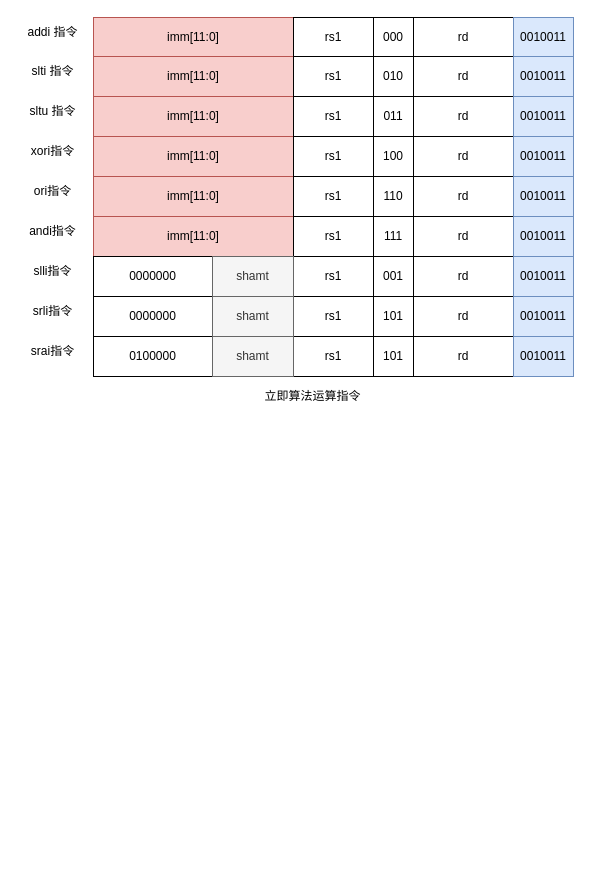
This is RV32I 算术逻辑指令.drawio from Vinson-001/Blog-flow-chart, a draw.io file, before an edit. Source tidied: cells renumbered, new cells numbered last; positions are measured from the earlier drawing's top-left corner, leaving out a move shared by most shapes. Both pictures are drawn from the tidied source at 100%, with x=0, y=0 at pixel (17, 17).
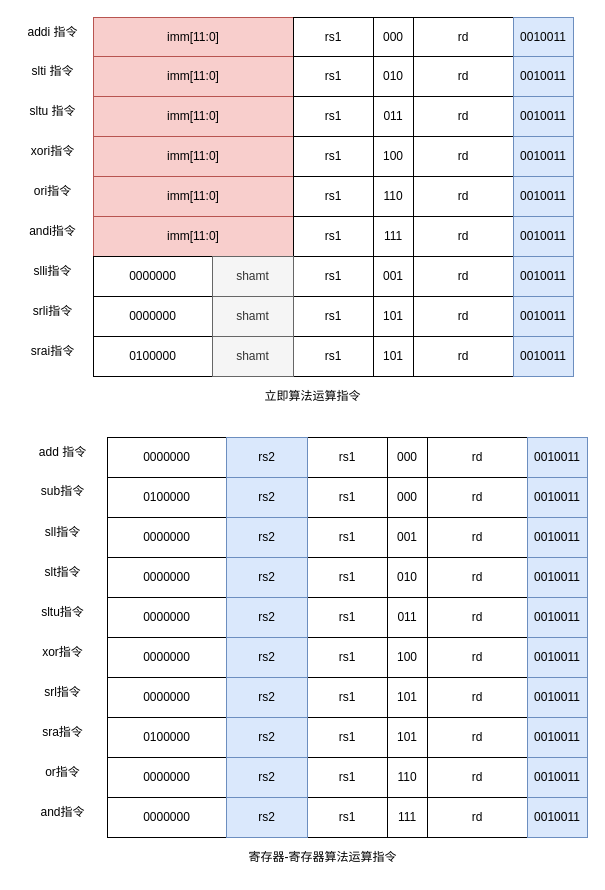
Above is the later version.

Commit message (it also covers changes not shown here):
更新RV32I 算术逻辑指令.drawio

Diff of the diagram source:
```diff
@@
+    <mxCell id="69" value="add 指令" style="text;html=1;align=center;verticalAlign=middle;strokeColor=none;fillColor=none;" parent="1" vertex="1">
+      <mxGeometry x="10" y="420" width="70" height="30" as="geometry" />
+    </mxCell>
+    <mxCell id="70" value="sub指令" style="text;html=1;align=center;verticalAlign=middle;strokeColor=none;fillColor=none;" parent="1" vertex="1">
+      <mxGeometry x="10" y="459" width="70" height="30" as="geometry" />
+    </mxCell>
+    <mxCell id="71" value="寄存器-寄存器算法运算指令" style="text;html=1;align=center;verticalAlign=middle;strokeColor=none;fillColor=none;" parent="1" vertex="1">
+      <mxGeometry x="220" y="825" width="170" height="30" as="geometry" />
+    </mxCell>
+    <mxCell id="72" style="group;" parent="1" vertex="1">
+      <mxGeometry x="90" y="420" width="480" height="40" as="geometry" />
+    </mxCell>
+    <mxCell id="73" value="rs1" style="rounded=0;whiteSpace=wrap;html=1;" parent="72" vertex="1">
+      <mxGeometry x="200" width="80" height="40" as="geometry" />
+    </mxCell>
+    <mxCell id="74" value="000" style="rounded=0;whiteSpace=wrap;html=1;" parent="72" vertex="1">
+      <mxGeometry x="280" width="40" height="40" as="geometry" />
+    </mxCell>
+    <mxCell id="75" value="rd" style="rounded=0;whiteSpace=wrap;html=1;" parent="72" vertex="1">
+      <mxGeometry x="320" width="100" height="40" as="geometry" />
+    </mxCell>
+    <mxCell id="76" value="0010011" style="rounded=0;whiteSpace=wrap;html=1;fillColor=#dae8fc;strokeColor=#6c8ebf;" parent="72" vertex="1">
+      <mxGeometry x="420" width="60" height="40" as="geometry" />
+    </mxCell>
+    <mxCell id="77" value="0000000" style="rounded=0;whiteSpace=wrap;html=1;" parent="72" vertex="1">
+      <mxGeometry width="119" height="40" as="geometry" />
+    </mxCell>
+    <mxCell id="78" value="rs2" style="rounded=0;whiteSpace=wrap;html=1;fillColor=#dae8fc;strokeColor=#6c8ebf;" parent="72" vertex="1">
+      <mxGeometry x="119" width="81" height="40" as="geometry" />
+    </mxCell>
+    <mxCell id="79" style="group;fillColor=#dae8fc;strokeColor=#6c8ebf;" parent="1" vertex="1">
+      <mxGeometry x="90" y="460" width="480" height="40" as="geometry" />
+    </mxCell>
+    <mxCell id="80" value="rs1" style="rounded=0;whiteSpace=wrap;html=1;" parent="79" vertex="1">
+      <mxGeometry x="200" width="80" height="40" as="geometry" />
+    </mxCell>
+    <mxCell id="81" value="000" style="rounded=0;whiteSpace=wrap;html=1;" parent="79" vertex="1">
+      <mxGeometry x="280" width="40" height="40" as="geometry" />
+    </mxCell>
+    <mxCell id="82" value="rd" style="rounded=0;whiteSpace=wrap;html=1;" parent="79" vertex="1">
+      <mxGeometry x="320" width="100" height="40" as="geometry" />
+    </mxCell>
+    <mxCell id="83" value="0010011" style="rounded=0;whiteSpace=wrap;html=1;fillColor=#dae8fc;strokeColor=#6c8ebf;" parent="79" vertex="1">
+      <mxGeometry x="420" width="60" height="40" as="geometry" />
+    </mxCell>
+    <mxCell id="84" value="0100000" style="rounded=0;whiteSpace=wrap;html=1;" parent="79" vertex="1">
+      <mxGeometry width="119" height="40" as="geometry" />
+    </mxCell>
+    <mxCell id="85" value="rs2" style="rounded=0;whiteSpace=wrap;html=1;fillColor=#dae8fc;strokeColor=#6c8ebf;" parent="79" vertex="1">
+      <mxGeometry x="119" width="81" height="40" as="geometry" />
+    </mxCell>
+    <mxCell id="86" value="sll指令" style="text;html=1;align=center;verticalAlign=middle;strokeColor=none;fillColor=none;" parent="1" vertex="1">
+      <mxGeometry x="15" y="500" width="60" height="30" as="geometry" />
+    </mxCell>
+    <mxCell id="87" style="group;fillColor=#dae8fc;strokeColor=#6c8ebf;" parent="1" vertex="1">
+      <mxGeometry x="90" y="500" width="480" height="40" as="geometry" />
+    </mxCell>
+    <mxCell id="88" value="rs1" style="rounded=0;whiteSpace=wrap;html=1;" parent="87" vertex="1">
+      <mxGeometry x="200" width="80" height="40" as="geometry" />
+    </mxCell>
+    <mxCell id="89" value="001" style="rounded=0;whiteSpace=wrap;html=1;" parent="87" vertex="1">
+      <mxGeometry x="280" width="40" height="40" as="geometry" />
+    </mxCell>
+    <mxCell id="90" value="rd" style="rounded=0;whiteSpace=wrap;html=1;" parent="87" vertex="1">
+      <mxGeometry x="320" width="100" height="40" as="geometry" />
+    </mxCell>
+    <mxCell id="91" value="0010011" style="rounded=0;whiteSpace=wrap;html=1;fillColor=#dae8fc;strokeColor=#6c8ebf;" parent="87" vertex="1">
+      <mxGeometry x="420" width="60" height="40" as="geometry" />
+    </mxCell>
+    <mxCell id="92" value="0000000" style="rounded=0;whiteSpace=wrap;html=1;" parent="87" vertex="1">
+      <mxGeometry width="119" height="40" as="geometry" />
+    </mxCell>
+    <mxCell id="93" value="rs2" style="rounded=0;whiteSpace=wrap;html=1;fillColor=#dae8fc;strokeColor=#6c8ebf;" parent="87" vertex="1">
+      <mxGeometry x="119" width="81" height="40" as="geometry" />
+    </mxCell>
+    <mxCell id="94" value="slt指令" style="text;html=1;align=center;verticalAlign=middle;strokeColor=none;fillColor=none;" parent="1" vertex="1">
+      <mxGeometry x="15" y="540" width="60" height="30" as="geometry" />
+    </mxCell>
+    <mxCell id="95" style="group;fillColor=#dae8fc;strokeColor=#6c8ebf;" parent="1" vertex="1">
+      <mxGeometry x="90" y="540" width="480" height="40" as="geometry" />
+    </mxCell>
+    <mxCell id="96" value="rs1" style="rounded=0;whiteSpace=wrap;html=1;" parent="95" vertex="1">
+      <mxGeometry x="200" width="80" height="40" as="geometry" />
+    </mxCell>
+    <mxCell id="97" value="010" style="rounded=0;whiteSpace=wrap;html=1;" parent="95" vertex="1">
+      <mxGeometry x="280" width="40" height="40" as="geometry" />
+    </mxCell>
+    <mxCell id="98" value="rd" style="rounded=0;whiteSpace=wrap;html=1;" parent="95" vertex="1">
+      <mxGeometry x="320" width="100" height="40" as="geometry" />
+    </mxCell>
+    <mxCell id="99" value="0010011" style="rounded=0;whiteSpace=wrap;html=1;fillColor=#dae8fc;strokeColor=#6c8ebf;" parent="95" vertex="1">
+      <mxGeometry x="420" width="60" height="40" as="geometry" />
+    </mxCell>
+    <mxCell id="100" value="0000000" style="rounded=0;whiteSpace=wrap;html=1;" parent="95" vertex="1">
+      <mxGeometry width="119" height="40" as="geometry" />
+    </mxCell>
+    <mxCell id="101" value="rs2" style="rounded=0;whiteSpace=wrap;html=1;fillColor=#dae8fc;strokeColor=#6c8ebf;" parent="95" vertex="1">
+      <mxGeometry x="119" width="81" height="40" as="geometry" />
+    </mxCell>
+    <mxCell id="102" value="sltu指令" style="text;html=1;align=center;verticalAlign=middle;strokeColor=none;fillColor=none;" parent="1" vertex="1">
+      <mxGeometry x="10" y="580" width="70" height="30" as="geometry" />
+    </mxCell>
+    <mxCell id="103" style="group;fillColor=#dae8fc;strokeColor=#6c8ebf;" parent="1" vertex="1">
+      <mxGeometry x="90" y="580" width="480" height="40" as="geometry" />
+    </mxCell>
+    <mxCell id="104" value="rs1" style="rounded=0;whiteSpace=wrap;html=1;" parent="103" vertex="1">
+      <mxGeometry x="200" width="80" height="40" as="geometry" />
+    </mxCell>
+    <mxCell id="105" value="011" style="rounded=0;whiteSpace=wrap;html=1;" parent="103" vertex="1">
+      <mxGeometry x="280" width="40" height="40" as="geometry" />
+    </mxCell>
+    <mxCell id="106" value="rd" style="rounded=0;whiteSpace=wrap;html=1;" parent="103" vertex="1">
+      <mxGeometry x="320" width="100" height="40" as="geometry" />
+    </mxCell>
+    <mxCell id="107" value="0010011" style="rounded=0;whiteSpace=wrap;html=1;fillColor=#dae8fc;strokeColor=#6c8ebf;" parent="103" vertex="1">
+      <mxGeometry x="420" width="60" height="40" as="geometry" />
+    </mxCell>
+    <mxCell id="108" value="0000000" style="rounded=0;whiteSpace=wrap;html=1;" parent="103" vertex="1">
+      <mxGeometry width="119" height="40" as="geometry" />
+    </mxCell>
+    <mxCell id="109" value="rs2" style="rounded=0;whiteSpace=wrap;html=1;fillColor=#dae8fc;strokeColor=#6c8ebf;" parent="103" vertex="1">
+      <mxGeometry x="119" width="81" height="40" as="geometry" />
+    </mxCell>
+    <mxCell id="110" value="xor指令" style="text;html=1;align=center;verticalAlign=middle;strokeColor=none;fillColor=none;" parent="1" vertex="1">
+      <mxGeometry x="15" y="620" width="60" height="30" as="geometry" />
+    </mxCell>
+    <mxCell id="111" style="group;fillColor=#dae8fc;strokeColor=#6c8ebf;" parent="1" vertex="1">
+      <mxGeometry x="90" y="620" width="480" height="40" as="geometry" />
+    </mxCell>
+    <mxCell id="112" value="rs1" style="rounded=0;whiteSpace=wrap;html=1;" parent="111" vertex="1">
+      <mxGeometry x="200" width="80" height="40" as="geometry" />
+    </mxCell>
+    <mxCell id="113" value="100" style="rounded=0;whiteSpace=wrap;html=1;" parent="111" vertex="1">
+      <mxGeometry x="280" width="40" height="40" as="geometry" />
+    </mxCell>
+    <mxCell id="114" value="rd" style="rounded=0;whiteSpace=wrap;html=1;" parent="111" vertex="1">
+      <mxGeometry x="320" width="100" height="40" as="geometry" />
+    </mxCell>
+    <mxCell id="115" value="0010011" style="rounded=0;whiteSpace=wrap;html=1;fillColor=#dae8fc;strokeColor=#6c8ebf;" parent="111" vertex="1">
+      <mxGeometry x="420" width="60" height="40" as="geometry" />
+    </mxCell>
+    <mxCell id="116" value="0000000" style="rounded=0;whiteSpace=wrap;html=1;" parent="111" vertex="1">
+      <mxGeometry width="119" height="40" as="geometry" />
+    </mxCell>
+    <mxCell id="117" value="rs2" style="rounded=0;whiteSpace=wrap;html=1;fillColor=#dae8fc;strokeColor=#6c8ebf;" parent="111" vertex="1">
+      <mxGeometry x="119" width="81" height="40" as="geometry" />
+    </mxCell>
+    <mxCell id="118" value="srl指令" style="text;html=1;align=center;verticalAlign=middle;strokeColor=none;fillColor=none;" parent="1" vertex="1">
+      <mxGeometry x="15" y="660" width="60" height="30" as="geometry" />
+    </mxCell>
+    <mxCell id="119" style="group;fillColor=#dae8fc;strokeColor=#6c8ebf;" parent="1" vertex="1">
+      <mxGeometry x="90" y="660" width="480" height="40" as="geometry" />
+    </mxCell>
+    <mxCell id="120" value="rs1" style="rounded=0;whiteSpace=wrap;html=1;" parent="119" vertex="1">
+      <mxGeometry x="200" width="80" height="40" as="geometry" />
+    </mxCell>
+    <mxCell id="121" value="101" style="rounded=0;whiteSpace=wrap;html=1;" parent="119" vertex="1">
+      <mxGeometry x="280" width="40" height="40" as="geometry" />
+    </mxCell>
+    <mxCell id="122" value="rd" style="rounded=0;whiteSpace=wrap;html=1;" parent="119" vertex="1">
+      <mxGeometry x="320" width="100" height="40" as="geometry" />
+    </mxCell>
+    <mxCell id="123" value="0010011" style="rounded=0;whiteSpace=wrap;html=1;fillColor=#dae8fc;strokeColor=#6c8ebf;" parent="119" vertex="1">
+      <mxGeometry x="420" width="60" height="40" as="geometry" />
+    </mxCell>
+    <mxCell id="124" value="0000000" style="rounded=0;whiteSpace=wrap;html=1;" parent="119" vertex="1">
+      <mxGeometry width="119" height="40" as="geometry" />
+    </mxCell>
+    <mxCell id="125" value="rs2" style="rounded=0;whiteSpace=wrap;html=1;fillColor=#dae8fc;strokeColor=#6c8ebf;" parent="119" vertex="1">
+      <mxGeometry x="119" width="81" height="40" as="geometry" />
+    </mxCell>
+    <mxCell id="126" value="sra指令" style="text;html=1;align=center;verticalAlign=middle;strokeColor=none;fillColor=none;" parent="1" vertex="1">
+      <mxGeometry x="15" y="700" width="60" height="30" as="geometry" />
+    </mxCell>
+    <mxCell id="127" style="group;fillColor=#dae8fc;strokeColor=#6c8ebf;" parent="1" vertex="1">
+      <mxGeometry x="90" y="700" width="480" height="40" as="geometry" />
+    </mxCell>
+    <mxCell id="128" value="rs1" style="rounded=0;whiteSpace=wrap;html=1;" parent="127" vertex="1">
+      <mxGeometry x="200" width="80" height="40" as="geometry" />
+    </mxCell>
+    <mxCell id="129" value="101" style="rounded=0;whiteSpace=wrap;html=1;" parent="127" vertex="1">
+      <mxGeometry x="280" width="40" height="40" as="geometry" />
+    </mxCell>
+    <mxCell id="130" value="rd" style="rounded=0;whiteSpace=wrap;html=1;" parent="127" vertex="1">
+      <mxGeometry x="320" width="100" height="40" as="geometry" />
+    </mxCell>
+    <mxCell id="131" value="0010011" style="rounded=0;whiteSpace=wrap;html=1;fillColor=#dae8fc;strokeColor=#6c8ebf;" parent="127" vertex="1">
+      <mxGeometry x="420" width="60" height="40" as="geometry" />
+    </mxCell>
+    <mxCell id="132" value="0100000" style="rounded=0;whiteSpace=wrap;html=1;" parent="127" vertex="1">
+      <mxGeometry width="119" height="40" as="geometry" />
+    </mxCell>
+    <mxCell id="133" value="rs2" style="rounded=0;whiteSpace=wrap;html=1;fillColor=#dae8fc;strokeColor=#6c8ebf;" parent="127" vertex="1">
+      <mxGeometry x="119" width="81" height="40" as="geometry" />
+    </mxCell>
+    <mxCell id="134" value="or指令" style="text;html=1;align=center;verticalAlign=middle;strokeColor=none;fillColor=none;" parent="1" vertex="1">
+      <mxGeometry x="15" y="740" width="60" height="30" as="geometry" />
+    </mxCell>
+    <mxCell id="135" style="group;fillColor=#dae8fc;strokeColor=#6c8ebf;" parent="1" vertex="1">
+      <mxGeometry x="90" y="740" width="480" height="40" as="geometry" />
+    </mxCell>
+    <mxCell id="136" value="rs1" style="rounded=0;whiteSpace=wrap;html=1;" parent="135" vertex="1">
+      <mxGeometry x="200" width="80" height="40" as="geometry" />
+    </mxCell>
+    <mxCell id="137" value="110" style="rounded=0;whiteSpace=wrap;html=1;" parent="135" vertex="1">
+      <mxGeometry x="280" width="40" height="40" as="geometry" />
+    </mxCell>
+    <mxCell id="138" value="rd" style="rounded=0;whiteSpace=wrap;html=1;" parent="135" vertex="1">
+      <mxGeometry x="320" width="100" height="40" as="geometry" />
+    </mxCell>
+    <mxCell id="139" value="0010011" style="rounded=0;whiteSpace=wrap;html=1;fillColor=#dae8fc;strokeColor=#6c8ebf;" parent="135" vertex="1">
+      <mxGeometry x="420" width="60" height="40" as="geometry" />
+    </mxCell>
+    <mxCell id="140" value="0000000" style="rounded=0;whiteSpace=wrap;html=1;" parent="135" vertex="1">
+      <mxGeometry width="119" height="40" as="geometry" />
+    </mxCell>
+    <mxCell id="141" value="rs2" style="rounded=0;whiteSpace=wrap;html=1;fillColor=#dae8fc;strokeColor=#6c8ebf;" parent="135" vertex="1">
+      <mxGeometry x="119" width="81" height="40" as="geometry" />
+    </mxCell>
+    <mxCell id="142" value="and指令" style="text;html=1;align=center;verticalAlign=middle;strokeColor=none;fillColor=none;" parent="1" vertex="1">
+      <mxGeometry x="10" y="780" width="70" height="30" as="geometry" />
+    </mxCell>
+    <mxCell id="143" style="group;fillColor=#dae8fc;strokeColor=#6c8ebf;" parent="1" vertex="1">
+      <mxGeometry x="90" y="780" width="480" height="40" as="geometry" />
+    </mxCell>
+    <mxCell id="144" value="rs1" style="rounded=0;whiteSpace=wrap;html=1;" parent="143" vertex="1">
+      <mxGeometry x="200" width="80" height="40" as="geometry" />
+    </mxCell>
+    <mxCell id="145" value="111" style="rounded=0;whiteSpace=wrap;html=1;" parent="143" vertex="1">
+      <mxGeometry x="280" width="40" height="40" as="geometry" />
+    </mxCell>
+    <mxCell id="146" value="rd" style="rounded=0;whiteSpace=wrap;html=1;" parent="143" vertex="1">
+      <mxGeometry x="320" width="100" height="40" as="geometry" />
+    </mxCell>
+    <mxCell id="147" value="0010011" style="rounded=0;whiteSpace=wrap;html=1;fillColor=#dae8fc;strokeColor=#6c8ebf;" parent="143" vertex="1">
+      <mxGeometry x="420" width="60" height="40" as="geometry" />
+    </mxCell>
+    <mxCell id="148" value="0000000" style="rounded=0;whiteSpace=wrap;html=1;" parent="143" vertex="1">
+      <mxGeometry width="119" height="40" as="geometry" />
+    </mxCell>
+    <mxCell id="149" value="rs2" style="rounded=0;whiteSpace=wrap;html=1;fillColor=#dae8fc;strokeColor=#6c8ebf;" parent="143" vertex="1">
+      <mxGeometry x="119" width="81" height="40" as="geometry" />
+    </mxCell>
```
